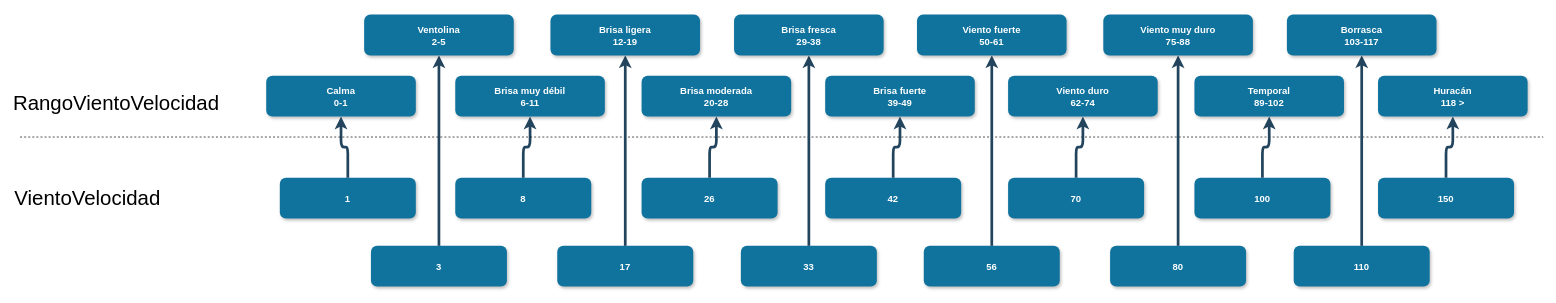
The draw.io diagram 2. Diseño conceptual/vientovelocidad_example.drawio in gonzalomelov/dw-calidad-aire-docs, before the edit. Source tidied: cells renumbered, new cells numbered last; positions are measured from the earlier drawing's top-left corner, leaving out a move shared by most shapes. Both pictures are drawn from the tidied source at 68%, with x=0, y=0 at pixel (12, 14).
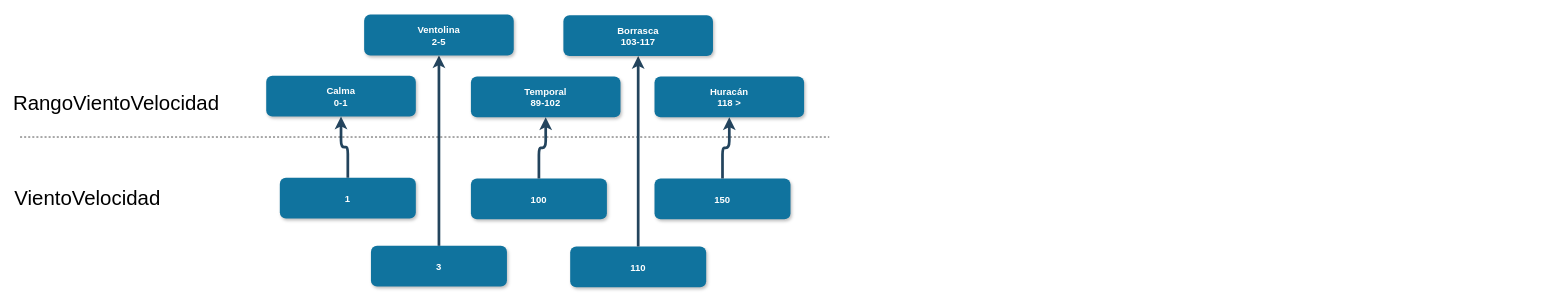
The same diagram, later.

Diff of the diagram source:
```diff
@@
-    <mxCell id="7" value="Brisa muy débil&#10;6-11" style="rounded=1;fillColor=#10739E;strokeColor=none;shadow=1;gradientColor=none;fontStyle=1;fontColor=#FFFFFF;fontSize=14;" parent="1" vertex="1">
-      <mxGeometry x="652" y="90" width="220" height="60" as="geometry" />
-    </mxCell>
-    <mxCell id="8" value="8" style="rounded=1;fillColor=#10739E;strokeColor=none;shadow=1;gradientColor=none;fontStyle=1;fontColor=#FFFFFF;fontSize=14;" parent="1" vertex="1">
-      <mxGeometry x="652" y="240" width="200" height="60" as="geometry" />
-    </mxCell>
-    <mxCell id="9" style="edgeStyle=elbowEdgeStyle;elbow=vertical;strokeWidth=4;endArrow=none;endFill=0;fontStyle=1;strokeColor=#23445D;startArrow=classic;startFill=1;" parent="1" edge="1" source="7" target="8">
-      <mxGeometry x="722" y="360" as="geometry" />
-    </mxCell>
     <mxCell id="10" style="endArrow=none;dashed=1;html=1;" parent="1" edge="1">
       <mxGeometry relative="1" as="geometry">
         <mxPoint x="12" y="180" as="sourcePoint" />
-        <mxPoint x="2252" y="180" as="targetPoint" />
+        <mxPoint x="1202" y="180" as="targetPoint" />
       </mxGeometry>
     </mxCell>
@@
-    <mxCell id="14" value="17" style="rounded=1;fillColor=#10739E;strokeColor=none;shadow=1;gradientColor=none;fontStyle=1;fontColor=#FFFFFF;fontSize=14;" parent="1" vertex="1">
-      <mxGeometry x="802" y="340" width="200" height="60" as="geometry" />
-    </mxCell>
-    <mxCell id="15" style="edgeStyle=elbowEdgeStyle;elbow=vertical;strokeWidth=4;endArrow=none;endFill=0;fontStyle=1;strokeColor=#23445D;exitX=0.5;exitY=1;exitDx=0;exitDy=0;startArrow=classic;startFill=1;" parent="1" edge="1" source="19" target="14">
-      <mxGeometry x="266" y="360" as="geometry" />
-    </mxCell>
-    <mxCell id="16" value="Brisa moderada&#10;20-28" style="rounded=1;fillColor=#10739E;strokeColor=none;shadow=1;gradientColor=none;fontStyle=1;fontColor=#FFFFFF;fontSize=14;" parent="1" vertex="1">
-      <mxGeometry x="926" y="90" width="220" height="60" as="geometry" />
-    </mxCell>
-    <mxCell id="17" value="26" style="rounded=1;fillColor=#10739E;strokeColor=none;shadow=1;gradientColor=none;fontStyle=1;fontColor=#FFFFFF;fontSize=14;" parent="1" vertex="1">
-      <mxGeometry x="926" y="240" width="200" height="60" as="geometry" />
-    </mxCell>
-    <mxCell id="18" style="edgeStyle=elbowEdgeStyle;elbow=vertical;strokeWidth=4;endArrow=none;endFill=0;fontStyle=1;strokeColor=#23445D;startArrow=classic;startFill=1;" parent="1" edge="1" source="16" target="17">
-      <mxGeometry x="996" y="360" as="geometry" />
-    </mxCell>
-    <mxCell id="19" value="Brisa ligera&#10;12-19" style="rounded=1;fillColor=#10739E;strokeColor=none;shadow=1;gradientColor=none;fontStyle=1;fontColor=#FFFFFF;fontSize=14;" parent="1" vertex="1">
-      <mxGeometry x="792" width="220" height="60" as="geometry" />
-    </mxCell>
-    <mxCell id="20" value="33" style="rounded=1;fillColor=#10739E;strokeColor=none;shadow=1;gradientColor=none;fontStyle=1;fontColor=#FFFFFF;fontSize=14;" parent="1" vertex="1">
-      <mxGeometry x="1072" y="340" width="200" height="60" as="geometry" />
-    </mxCell>
-    <mxCell id="21" style="edgeStyle=elbowEdgeStyle;elbow=vertical;strokeWidth=4;endArrow=none;endFill=0;fontStyle=1;strokeColor=#23445D;exitX=0.5;exitY=1;exitDx=0;exitDy=0;startArrow=classic;startFill=1;" parent="1" edge="1" source="25" target="20">
-      <mxGeometry x="536" y="360" as="geometry" />
-    </mxCell>
-    <mxCell id="22" value="Brisa fuerte&#10;39-49" style="rounded=1;fillColor=#10739E;strokeColor=none;shadow=1;gradientColor=none;fontStyle=1;fontColor=#FFFFFF;fontSize=14;" parent="1" vertex="1">
-      <mxGeometry x="1196" y="90" width="220" height="60" as="geometry" />
-    </mxCell>
-    <mxCell id="23" value="42" style="rounded=1;fillColor=#10739E;strokeColor=none;shadow=1;gradientColor=none;fontStyle=1;fontColor=#FFFFFF;fontSize=14;" parent="1" vertex="1">
-      <mxGeometry x="1196" y="240" width="200" height="60" as="geometry" />
-    </mxCell>
-    <mxCell id="24" style="edgeStyle=elbowEdgeStyle;elbow=vertical;strokeWidth=4;endArrow=none;endFill=0;fontStyle=1;strokeColor=#23445D;startArrow=classic;startFill=1;" parent="1" edge="1" source="22" target="23">
-      <mxGeometry x="1266" y="360" as="geometry" />
-    </mxCell>
-    <mxCell id="25" value="Brisa fresca&#10;29-38" style="rounded=1;fillColor=#10739E;strokeColor=none;shadow=1;gradientColor=none;fontStyle=1;fontColor=#FFFFFF;fontSize=14;" parent="1" vertex="1">
-      <mxGeometry x="1062" width="220" height="60" as="geometry" />
-    </mxCell>
-    <mxCell id="26" value="56" style="rounded=1;fillColor=#10739E;strokeColor=none;shadow=1;gradientColor=none;fontStyle=1;fontColor=#FFFFFF;fontSize=14;" parent="1" vertex="1">
-      <mxGeometry x="1341" y="340" width="200" height="60" as="geometry" />
-    </mxCell>
-    <mxCell id="27" style="edgeStyle=elbowEdgeStyle;elbow=vertical;strokeWidth=4;endArrow=none;endFill=0;fontStyle=1;strokeColor=#23445D;exitX=0.5;exitY=1;exitDx=0;exitDy=0;startArrow=classic;startFill=1;" parent="1" edge="1" source="31" target="26">
-      <mxGeometry x="805" y="360" as="geometry" />
-    </mxCell>
-    <mxCell id="28" value="Viento duro&#10;62-74" style="rounded=1;fillColor=#10739E;strokeColor=none;shadow=1;gradientColor=none;fontStyle=1;fontColor=#FFFFFF;fontSize=14;" parent="1" vertex="1">
-      <mxGeometry x="1465" y="90" width="220" height="60" as="geometry" />
-    </mxCell>
-    <mxCell id="29" value="70" style="rounded=1;fillColor=#10739E;strokeColor=none;shadow=1;gradientColor=none;fontStyle=1;fontColor=#FFFFFF;fontSize=14;" parent="1" vertex="1">
-      <mxGeometry x="1465" y="240" width="200" height="60" as="geometry" />
-    </mxCell>
-    <mxCell id="30" style="edgeStyle=elbowEdgeStyle;elbow=vertical;strokeWidth=4;endArrow=none;endFill=0;fontStyle=1;strokeColor=#23445D;startArrow=classic;startFill=1;" parent="1" edge="1" source="28" target="29">
-      <mxGeometry x="1535" y="360" as="geometry" />
-    </mxCell>
-    <mxCell id="31" value="Viento fuerte&#10;50-61" style="rounded=1;fillColor=#10739E;strokeColor=none;shadow=1;gradientColor=none;fontStyle=1;fontColor=#FFFFFF;fontSize=14;" parent="1" vertex="1">
-      <mxGeometry x="1331" width="220" height="60" as="geometry" />
-    </mxCell>
-    <mxCell id="32" value="80" style="rounded=1;fillColor=#10739E;strokeColor=none;shadow=1;gradientColor=none;fontStyle=1;fontColor=#FFFFFF;fontSize=14;" parent="1" vertex="1">
-      <mxGeometry x="1615" y="340" width="200" height="60" as="geometry" />
-    </mxCell>
-    <mxCell id="33" style="edgeStyle=elbowEdgeStyle;elbow=vertical;strokeWidth=4;endArrow=none;endFill=0;fontStyle=1;strokeColor=#23445D;exitX=0.5;exitY=1;exitDx=0;exitDy=0;startArrow=classic;startFill=1;" parent="1" edge="1" source="37" target="32">
-      <mxGeometry x="1079" y="360" as="geometry" />
-    </mxCell>
     <mxCell id="34" value="Temporal&#10;89-102" style="rounded=1;fillColor=#10739E;strokeColor=none;shadow=1;gradientColor=none;fontStyle=1;fontColor=#FFFFFF;fontSize=14;" parent="1" vertex="1">
-      <mxGeometry x="1739" y="90" width="220" height="60" as="geometry" />
+      <mxGeometry x="675" y="91" width="220" height="60" as="geometry" />
     </mxCell>
     <mxCell id="35" value="100" style="rounded=1;fillColor=#10739E;strokeColor=none;shadow=1;gradientColor=none;fontStyle=1;fontColor=#FFFFFF;fontSize=14;" parent="1" vertex="1">
-      <mxGeometry x="1739" y="240" width="200" height="60" as="geometry" />
+      <mxGeometry x="675" y="241" width="200" height="60" as="geometry" />
     </mxCell>
     <mxCell id="36" style="edgeStyle=elbowEdgeStyle;elbow=vertical;strokeWidth=4;endArrow=none;endFill=0;fontStyle=1;strokeColor=#23445D;startArrow=classic;startFill=1;" parent="1" edge="1" source="34" target="35">
-      <mxGeometry x="1809" y="360" as="geometry" />
+      <mxGeometry x="745" y="361" as="geometry" />
     </mxCell>
-    <mxCell id="37" value="Viento muy duro&#10;75-88" style="rounded=1;fillColor=#10739E;strokeColor=none;shadow=1;gradientColor=none;fontStyle=1;fontColor=#FFFFFF;fontSize=14;" parent="1" vertex="1">
-      <mxGeometry x="1605" width="220" height="60" as="geometry" />
-    </mxCell>
     <mxCell id="38" value="110" style="rounded=1;fillColor=#10739E;strokeColor=none;shadow=1;gradientColor=none;fontStyle=1;fontColor=#FFFFFF;fontSize=14;" parent="1" vertex="1">
-      <mxGeometry x="1885" y="340" width="200" height="60" as="geometry" />
+      <mxGeometry x="821" y="341" width="200" height="60" as="geometry" />
     </mxCell>
     <mxCell id="39" style="edgeStyle=elbowEdgeStyle;elbow=vertical;strokeWidth=4;endArrow=none;endFill=0;fontStyle=1;strokeColor=#23445D;exitX=0.5;exitY=1;exitDx=0;exitDy=0;startArrow=classic;startFill=1;" parent="1" edge="1" source="43" target="38">
-      <mxGeometry x="1349" y="360" as="geometry" />
+      <mxGeometry x="285" y="361" as="geometry" />
     </mxCell>
     <mxCell id="40" value="Huracán&#10;118 &gt;" style="rounded=1;fillColor=#10739E;strokeColor=none;shadow=1;gradientColor=none;fontStyle=1;fontColor=#FFFFFF;fontSize=14;" parent="1" vertex="1">
-      <mxGeometry x="2009" y="90" width="220" height="60" as="geometry" />
+      <mxGeometry x="945" y="91" width="220" height="60" as="geometry" />
     </mxCell>
     <mxCell id="41" value="150" style="rounded=1;fillColor=#10739E;strokeColor=none;shadow=1;gradientColor=none;fontStyle=1;fontColor=#FFFFFF;fontSize=14;" parent="1" vertex="1">
-      <mxGeometry x="2009" y="240" width="200" height="60" as="geometry" />
+      <mxGeometry x="945" y="241" width="200" height="60" as="geometry" />
     </mxCell>
     <mxCell id="42" style="edgeStyle=elbowEdgeStyle;elbow=vertical;strokeWidth=4;endArrow=none;endFill=0;fontStyle=1;strokeColor=#23445D;startArrow=classic;startFill=1;" parent="1" edge="1" source="40" target="41">
-      <mxGeometry x="2079" y="360" as="geometry" />
+      <mxGeometry x="1015" y="361" as="geometry" />
     </mxCell>
     <mxCell id="43" value="Borrasca&#10;103-117" style="rounded=1;fillColor=#10739E;strokeColor=none;shadow=1;gradientColor=none;fontStyle=1;fontColor=#FFFFFF;fontSize=14;" parent="1" vertex="1">
-      <mxGeometry x="1875" width="220" height="60" as="geometry" />
+      <mxGeometry x="811" y="1" width="220" height="60" as="geometry" />
     </mxCell>
```
